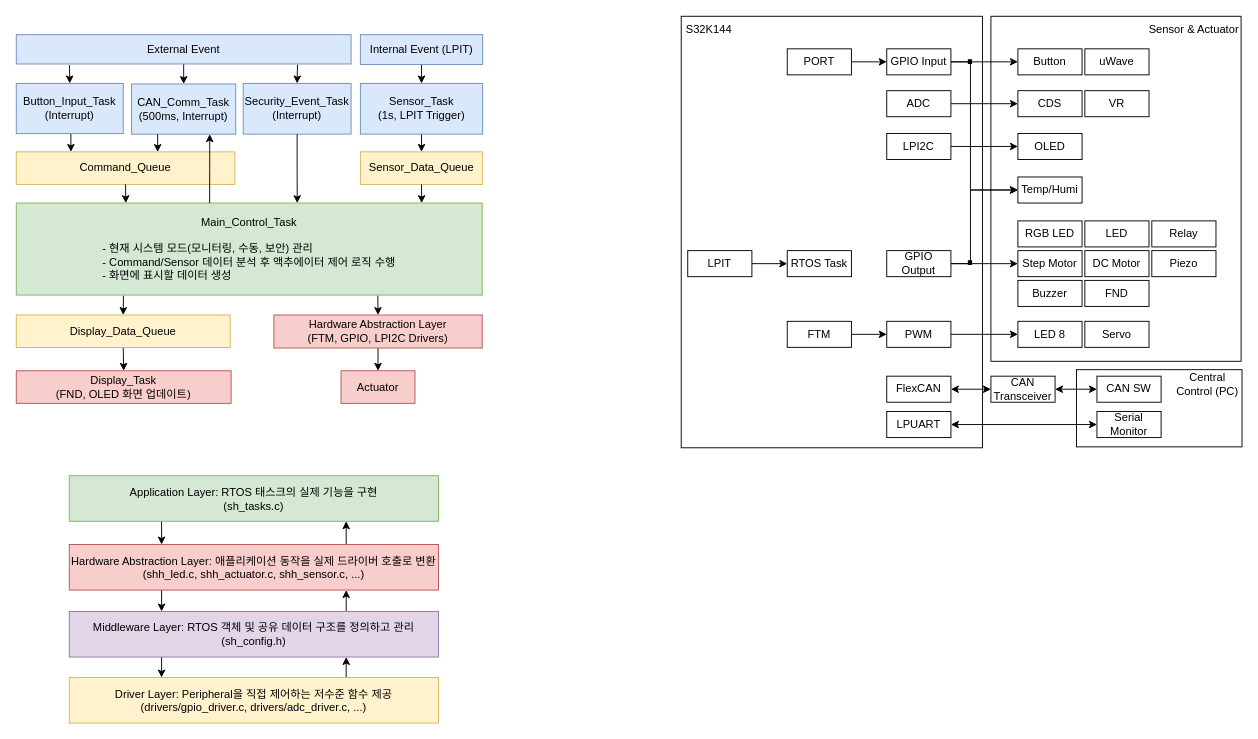
Before: page "sw아키텍처 / hw구성도 / sw계층구조" (2 of 3) of docs/s32k144-prj.drawio in YJCHOI15/s32k144-smarthome-rtos, a draw.io diagram. Source tidied: cells renumbered, new cells numbered last; positions are measured from the earlier drawing's top-left corner, leaving out a move shared by most shapes. Both pictures are drawn from the tidied source at 93%, with x=0, y=0 at pixel (16, 16).
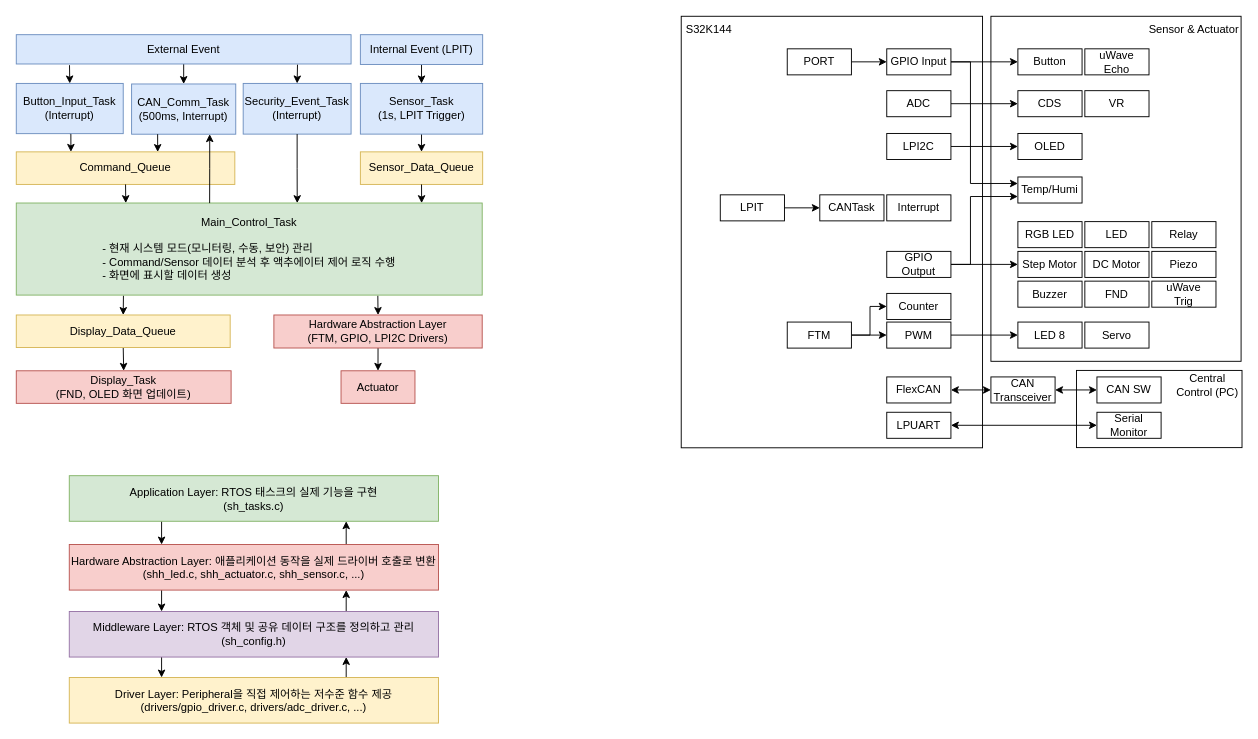
After the change.

Commit message (it also covers changes not shown here):
sh_tasks.c-SecurityEvent_Task() & shh_sensor.c - uWave part (Build check)

The change refers to these unchanged cells:
```xml
<mxCell id="8" value="GPIO Input" style="rounded=0;whiteSpace=wrap;html=1;" parent="1" vertex="1">
  <mxGeometry x="936" y="35" width="69" height="28" as="geometry" />
</mxCell>
<mxCell id="32" value="Temp/Humi" style="rounded=0;whiteSpace=wrap;html=1;" parent="1" vertex="1">
  <mxGeometry x="1077" y="172.8" width="69" height="28" as="geometry" />
</mxCell>
```

Diff of the diagram source:
```diff
@@
     <mxCell id="2" style="rounded=0;whiteSpace=wrap;html=1;" parent="1" vertex="1">
-      <mxGeometry x="1140" y="380" width="178" height="83" as="geometry" />
+      <mxGeometry x="1140" y="380.8" width="178" height="83" as="geometry" />
     </mxCell>
@@
-    <mxCell id="7" style="edgeStyle=orthogonalEdgeStyle;rounded=0;jettySize=auto;html=1;exitX=1;exitY=0.5;exitDx=0;exitDy=0;entryX=0;entryY=0.5;entryDx=0;entryDy=0;" parent="1" edge="1" source="8" target="32">
+    <mxCell id="7" style="edgeStyle=orthogonalEdgeStyle;rounded=0;jettySize=auto;html=1;exitX=1;exitY=0.5;exitDx=0;exitDy=0;entryX=0;entryY=0.25;entryDx=0;entryDy=0;" parent="1" edge="1" source="8" target="32">
       <mxGeometry relative="1" as="geometry">
         <Array as="points">
           <mxPoint x="1026" y="49" />
-          <mxPoint x="1026" y="187" />
+          <mxPoint x="1026" y="180" />
         </Array>
       </mxGeometry>
     </mxCell>
@@
+    <mxCell id="91" style="edgeStyle=orthogonalEdgeStyle;rounded=0;jettySize=auto;html=1;exitX=1;exitY=0.5;exitDx=0;exitDy=0;entryX=0;entryY=0.5;entryDx=0;entryDy=0;" parent="1" edge="1" source="12" target="94">
+      <mxGeometry relative="1" as="geometry" />
+    </mxCell>
     <mxCell id="12" value="FTM" style="rounded=0;whiteSpace=wrap;html=1;" parent="1" vertex="1">
-      <mxGeometry x="829" y="328" width="69" height="28" as="geometry" />
+      <mxGeometry x="829" y="328.8" width="69" height="28" as="geometry" />
     </mxCell>
@@
     <mxCell id="16" value="FlexCAN" style="rounded=0;whiteSpace=wrap;html=1;" parent="1" vertex="1">
-      <mxGeometry x="936" y="387" width="69" height="28" as="geometry" />
+      <mxGeometry x="936" y="387.8" width="69" height="28" as="geometry" />
     </mxCell>
@@
     <mxCell id="18" value="Central &lt;br&gt;Control (PC)" style="text;html=1;align=center;verticalAlign=middle;whiteSpace=wrap;rounded=0;" parent="1" vertex="1">
-      <mxGeometry x="1245" y="381" width="72" height="30" as="geometry" />
+      <mxGeometry x="1245" y="381.8" width="72" height="30" as="geometry" />
     </mxCell>
     <mxCell id="19" value="LPUART" style="rounded=0;whiteSpace=wrap;html=1;" parent="1" vertex="1">
-      <mxGeometry x="936" y="425" width="69" height="28" as="geometry" />
+      <mxGeometry x="936" y="425.8" width="69" height="28" as="geometry" />
     </mxCell>
     <mxCell id="20" value="LED" style="rounded=0;whiteSpace=wrap;html=1;" parent="1" vertex="1">
-      <mxGeometry x="1149" y="220" width="69" height="28" as="geometry" />
+      <mxGeometry x="1149" y="220.8" width="69" height="28" as="geometry" />
     </mxCell>
     <mxCell id="21" value="FND" style="rounded=0;whiteSpace=wrap;html=1;" parent="1" vertex="1">
-      <mxGeometry x="1149" y="284" width="69" height="28" as="geometry" />
+      <mxGeometry x="1149" y="284.8" width="69" height="28" as="geometry" />
     </mxCell>
     <mxCell id="22" value="DC Motor" style="rounded=0;whiteSpace=wrap;html=1;" parent="1" vertex="1">
-      <mxGeometry x="1149" y="252" width="69" height="28" as="geometry" />
+      <mxGeometry x="1149" y="252.8" width="69" height="28" as="geometry" />
     </mxCell>
     <mxCell id="23" value="Relay" style="rounded=0;whiteSpace=wrap;html=1;" parent="1" vertex="1">
-      <mxGeometry x="1221" y="220" width="69" height="28" as="geometry" />
+      <mxGeometry x="1221" y="220.8" width="69" height="28" as="geometry" />
     </mxCell>
     <mxCell id="24" value="Step Motor" style="rounded=0;whiteSpace=wrap;html=1;" parent="1" vertex="1">
-      <mxGeometry x="1077" y="252" width="69" height="28" as="geometry" />
+      <mxGeometry x="1077" y="252.8" width="69" height="28" as="geometry" />
     </mxCell>
     <mxCell id="25" value="Buzzer" style="rounded=0;whiteSpace=wrap;html=1;" parent="1" vertex="1">
-      <mxGeometry x="1077" y="284" width="69" height="28" as="geometry" />
+      <mxGeometry x="1077" y="284.8" width="69" height="28" as="geometry" />
     </mxCell>
     <mxCell id="26" value="Piezo" style="rounded=0;whiteSpace=wrap;html=1;" parent="1" vertex="1">
-      <mxGeometry x="1221" y="252" width="69" height="28" as="geometry" />
+      <mxGeometry x="1221" y="252.8" width="69" height="28" as="geometry" />
     </mxCell>
@@
-    <mxCell id="29" value="uWave" style="rounded=0;whiteSpace=wrap;html=1;" parent="1" vertex="1">
+    <mxCell id="29" value="uWave Echo" style="rounded=0;whiteSpace=wrap;html=1;" parent="1" vertex="1">
       <mxGeometry x="1149" y="35" width="69" height="28" as="geometry" />
     </mxCell>
     <mxCell id="30" value="Servo" style="rounded=0;whiteSpace=wrap;html=1;" parent="1" vertex="1">
-      <mxGeometry x="1149" y="328" width="69" height="28" as="geometry" />
+      <mxGeometry x="1149" y="328.8" width="69" height="28" as="geometry" />
     </mxCell>
@@
-    <mxCell id="35" style="edgeStyle=orthogonalEdgeStyle;rounded=0;jettySize=auto;html=1;exitX=1;exitY=0.5;exitDx=0;exitDy=0;entryX=0;entryY=0.5;entryDx=0;entryDy=0;" parent="1" edge="1" source="36" target="32">
+    <mxCell id="35" style="edgeStyle=orthogonalEdgeStyle;rounded=0;jettySize=auto;html=1;exitX=1;exitY=0.5;exitDx=0;exitDy=0;entryX=0;entryY=0.75;entryDx=0;entryDy=0;" parent="1" edge="1" source="36" target="32">
       <mxGeometry relative="1" as="geometry">
         <Array as="points">
-          <mxPoint x="1026" y="266" />
-          <mxPoint x="1026" y="187" />
+          <mxPoint x="1026" y="267" />
+          <mxPoint x="1026" y="194" />
         </Array>
       </mxGeometry>
     </mxCell>
     <mxCell id="36" value="GPIO Output" style="rounded=0;whiteSpace=wrap;html=1;" parent="1" vertex="1">
-      <mxGeometry x="936" y="252" width="69" height="28" as="geometry" />
+      <mxGeometry x="936" y="252.8" width="69" height="28" as="geometry" />
     </mxCell>
@@
     <mxCell id="39" value="CAN Transceiver" style="rounded=0;whiteSpace=wrap;html=1;" parent="1" vertex="1">
-      <mxGeometry x="1048" y="387" width="69" height="28" as="geometry" />
+      <mxGeometry x="1048" y="387.8" width="69" height="28" as="geometry" />
     </mxCell>
     <mxCell id="40" value="Serial Monitor" style="rounded=0;whiteSpace=wrap;html=1;" parent="1" vertex="1">
-      <mxGeometry x="1162" y="425" width="69" height="28" as="geometry" />
+      <mxGeometry x="1162" y="425.8" width="69" height="28" as="geometry" />
     </mxCell>
@@
     <mxCell id="42" value="RGB LED" style="rounded=0;whiteSpace=wrap;html=1;" parent="1" vertex="1">
-      <mxGeometry x="1077" y="220" width="69" height="28" as="geometry" />
+      <mxGeometry x="1077" y="220.8" width="69" height="28" as="geometry" />
     </mxCell>
     <mxCell id="43" value="LED 8" style="rounded=0;whiteSpace=wrap;html=1;" parent="1" vertex="1">
-      <mxGeometry x="1077" y="328" width="69" height="28" as="geometry" />
+      <mxGeometry x="1077" y="328.8" width="69" height="28" as="geometry" />
     </mxCell>
@@
     <mxCell id="45" value="PWM" style="rounded=0;whiteSpace=wrap;html=1;" parent="1" vertex="1">
-      <mxGeometry x="936" y="328" width="69" height="28" as="geometry" />
+      <mxGeometry x="936" y="328.8" width="69" height="28" as="geometry" />
     </mxCell>
     <mxCell id="46" value="CAN SW" style="rounded=0;whiteSpace=wrap;html=1;" parent="1" vertex="1">
-      <mxGeometry x="1162" y="387" width="69" height="28" as="geometry" />
+      <mxGeometry x="1162" y="387.8" width="69" height="28" as="geometry" />
     </mxCell>
@@
-    <mxCell id="48" value="RTOS Task" style="rounded=0;whiteSpace=wrap;html=1;" parent="1" vertex="1">
-      <mxGeometry x="829" y="252" width="69" height="28" as="geometry" />
+    <mxCell id="48" value="CANTask" style="rounded=0;whiteSpace=wrap;html=1;" parent="1" vertex="1">
+      <mxGeometry x="864" y="192" width="69" height="28" as="geometry" />
     </mxCell>
@@
     <mxCell id="50" value="LPIT" style="rounded=0;whiteSpace=wrap;html=1;" parent="1" vertex="1">
-      <mxGeometry x="722" y="252" width="69" height="28" as="geometry" />
+      <mxGeometry x="757" y="192" width="69" height="28" as="geometry" />
     </mxCell>
@@
-    <mxCell id="89" value="&lt;font style=&quot;font-size: 48px;&quot;&gt;.&lt;/font&gt;" style="text;html=1;align=center;verticalAlign=middle;whiteSpace=wrap;rounded=0;" parent="1" vertex="1">
-      <mxGeometry x="996" y="19.8" width="60" height="30" as="geometry" />
-    </mxCell>
-    <mxCell id="90" value="&lt;font style=&quot;font-size: 48px;&quot;&gt;.&lt;/font&gt;" style="text;html=1;align=center;verticalAlign=middle;whiteSpace=wrap;rounded=0;" parent="1" vertex="1">
-      <mxGeometry x="1002" y="221" width="48" height="59" as="geometry" />
-    </mxCell>
+    <mxCell id="92" value="uWave &lt;br&gt;Trig" style="rounded=0;whiteSpace=wrap;html=1;" parent="1" vertex="1">
+      <mxGeometry x="1221" y="284.8" width="69" height="28" as="geometry" />
+    </mxCell>
+    <mxCell id="93" value="Interrupt" style="rounded=0;whiteSpace=wrap;html=1;" parent="1" vertex="1">
+      <mxGeometry x="936" y="192" width="69" height="28" as="geometry" />
+    </mxCell>
+    <mxCell id="94" value="Counter" style="rounded=0;whiteSpace=wrap;html=1;" parent="1" vertex="1">
+      <mxGeometry x="936" y="298" width="69" height="28" as="geometry" />
+    </mxCell>
```
